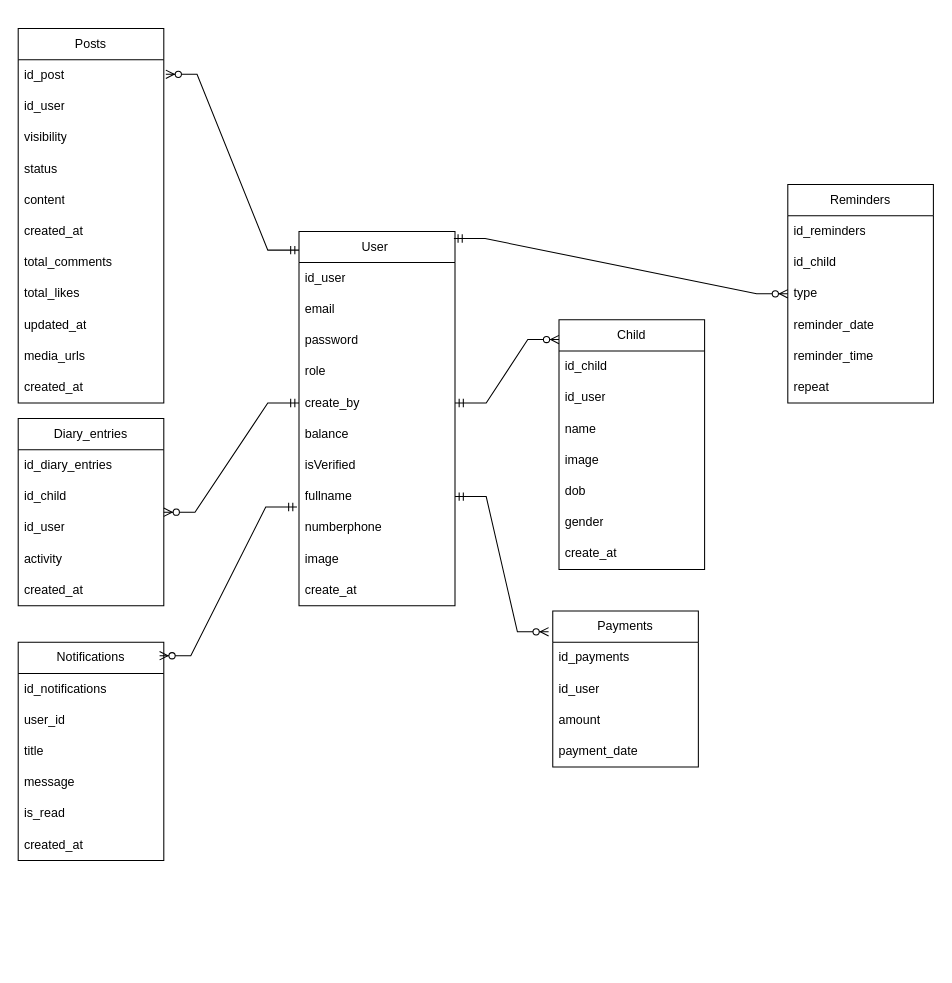
Before: F.drawio in NguyenTuanDat187/draw, a draw.io diagram. Source tidied: cells renumbered, new cells numbered last; positions are measured from the earlier drawing's top-left corner, leaving out a move shared by most shapes. Both pictures are drawn from the tidied source at 104%, with x=0, y=0 at pixel (-190, 28).
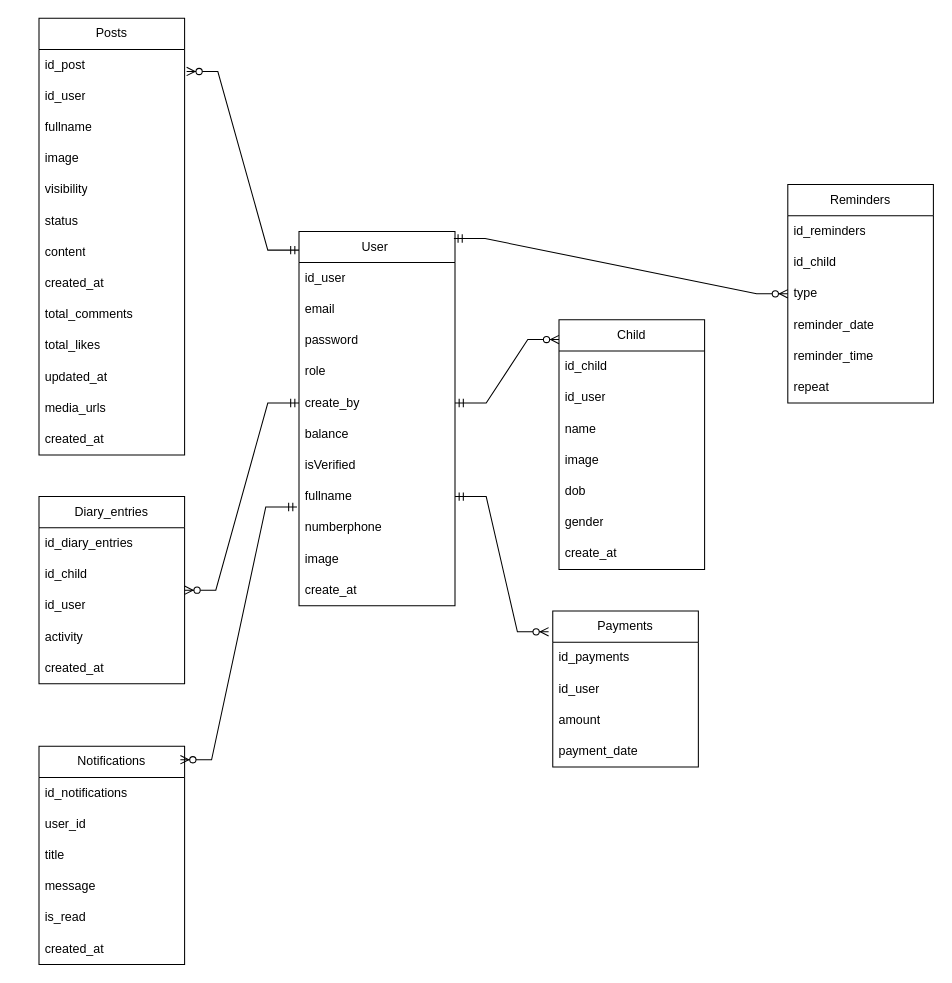
Above is the later version.

Commit message:
Cập nhật F.drawio

The edit, as a diff of the source:
```diff
@@
     <mxCell id="29" value="Diary_entries" style="swimlane;fontStyle=0;horizontal=1;startSize=30;whiteSpace=wrap;html=1;" parent="1" vertex="1">
-      <mxGeometry x="200" y="375" width="140" height="180" as="geometry" />
+      <mxGeometry x="220" y="450" width="140" height="180" as="geometry" />
     </mxCell>
@@
     <mxCell id="35" value="Posts" style="swimlane;fontStyle=0;horizontal=1;startSize=30;whiteSpace=wrap;html=1;" parent="1" vertex="1">
-      <mxGeometry x="200" width="140" height="360" as="geometry" />
+      <mxGeometry x="220" y="-10" width="140" height="420" as="geometry" />
     </mxCell>
@@
+    <mxCell id="65" value="fullname" style="text;strokeColor=none;fillColor=none;align=left;verticalAlign=middle;spacingLeft=4;spacingRight=4;overflow=hidden;whiteSpace=wrap;html=1;" parent="35" vertex="1">
+      <mxGeometry y="90" width="140" height="30" as="geometry" />
+    </mxCell>
+    <mxCell id="66" value="image" style="text;strokeColor=none;fillColor=none;align=left;verticalAlign=middle;spacingLeft=4;spacingRight=4;overflow=hidden;whiteSpace=wrap;html=1;" parent="35" vertex="1">
+      <mxGeometry y="120" width="140" height="30" as="geometry" />
+    </mxCell>
     <mxCell id="38" value="visibility" style="text;strokeColor=none;fillColor=none;align=left;verticalAlign=middle;spacingLeft=4;spacingRight=4;overflow=hidden;whiteSpace=wrap;html=1;" parent="35" vertex="1">
-      <mxGeometry y="90" width="140" height="30" as="geometry" />
+      <mxGeometry y="150" width="140" height="30" as="geometry" />
     </mxCell>
     <mxCell id="39" value="status" style="text;strokeColor=none;fillColor=none;align=left;verticalAlign=middle;spacingLeft=4;spacingRight=4;overflow=hidden;whiteSpace=wrap;html=1;" parent="35" vertex="1">
-      <mxGeometry y="120" width="140" height="30" as="geometry" />
+      <mxGeometry y="180" width="140" height="30" as="geometry" />
     </mxCell>
     <mxCell id="40" value="content" style="text;strokeColor=none;fillColor=none;align=left;verticalAlign=middle;spacingLeft=4;spacingRight=4;overflow=hidden;whiteSpace=wrap;html=1;" parent="35" vertex="1">
-      <mxGeometry y="150" width="140" height="30" as="geometry" />
+      <mxGeometry y="210" width="140" height="30" as="geometry" />
     </mxCell>
     <mxCell id="41" value="created_at" style="text;strokeColor=none;fillColor=none;align=left;verticalAlign=middle;spacingLeft=4;spacingRight=4;overflow=hidden;whiteSpace=wrap;html=1;" parent="35" vertex="1">
-      <mxGeometry y="180" width="140" height="30" as="geometry" />
+      <mxGeometry y="240" width="140" height="30" as="geometry" />
     </mxCell>
     <mxCell id="42" value="total_comments" style="text;strokeColor=none;fillColor=none;align=left;verticalAlign=middle;spacingLeft=4;spacingRight=4;overflow=hidden;whiteSpace=wrap;html=1;" parent="35" vertex="1">
-      <mxGeometry y="210" width="140" height="30" as="geometry" />
+      <mxGeometry y="270" width="140" height="30" as="geometry" />
     </mxCell>
     <mxCell id="43" value="total_likes" style="text;strokeColor=none;fillColor=none;align=left;verticalAlign=middle;spacingLeft=4;spacingRight=4;overflow=hidden;whiteSpace=wrap;html=1;" parent="35" vertex="1">
-      <mxGeometry y="240" width="140" height="30" as="geometry" />
+      <mxGeometry y="300" width="140" height="30" as="geometry" />
     </mxCell>
     <mxCell id="44" value="updated_at" style="text;strokeColor=none;fillColor=none;align=left;verticalAlign=middle;spacingLeft=4;spacingRight=4;overflow=hidden;whiteSpace=wrap;html=1;" parent="35" vertex="1">
-      <mxGeometry y="270" width="140" height="30" as="geometry" />
+      <mxGeometry y="330" width="140" height="30" as="geometry" />
     </mxCell>
     <mxCell id="45" value="media_urls" style="text;strokeColor=none;fillColor=none;align=left;verticalAlign=middle;spacingLeft=4;spacingRight=4;overflow=hidden;whiteSpace=wrap;html=1;" parent="35" vertex="1">
-      <mxGeometry y="300" width="140" height="30" as="geometry" />
+      <mxGeometry y="360" width="140" height="30" as="geometry" />
     </mxCell>
     <mxCell id="46" value="created_at" style="text;strokeColor=none;fillColor=none;align=left;verticalAlign=middle;spacingLeft=4;spacingRight=4;overflow=hidden;whiteSpace=wrap;html=1;" parent="35" vertex="1">
-      <mxGeometry y="330" width="140" height="30" as="geometry" />
+      <mxGeometry y="390" width="140" height="30" as="geometry" />
     </mxCell>
@@
     <mxCell id="52" value="Notifications" style="swimlane;fontStyle=0;horizontal=1;startSize=30;whiteSpace=wrap;html=1;" parent="1" vertex="1">
-      <mxGeometry x="200" y="590" width="140" height="210" as="geometry" />
+      <mxGeometry x="220" y="690" width="140" height="210" as="geometry" />
     </mxCell>
```
